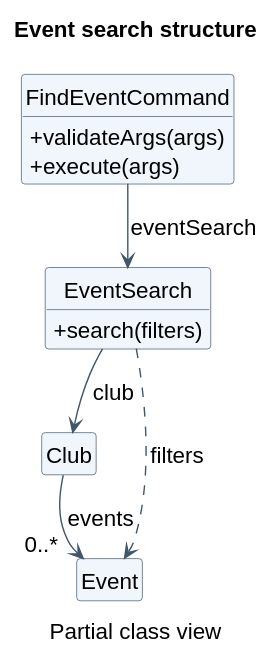
Earlier version of the PlantUML export docs/diagrams/events/EventSearchClass.svg (77chenchen/tp).
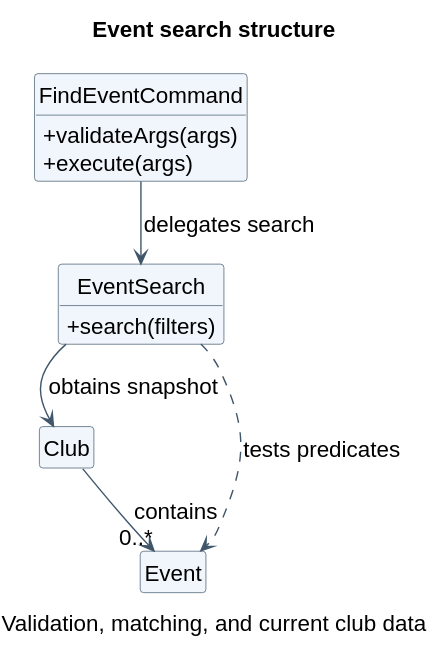
The same diagram one commit later.

The edit, as a diff of the source:
```diff
@@ -2,7 +2,7 @@
 !include ../shared/UmlStyle.iuml
 !pragma layout smetana
 title Event search structure
-caption Partial class view
+caption Validation, matching, and current club data
 skinparam shadowing false
 skinparam classBackgroundColor #F1F6FC
 skinparam classBorderColor #40566B
@@ -21,8 +21,8 @@
 class Club
 class Event
 
-FindEventCommand --> EventSearch : eventSearch
-EventSearch --> Club : club
-Club --> "0..*    " Event : events
-EventSearch ..> Event : filters
+FindEventCommand --> EventSearch : delegates search >
+EventSearch --> Club : obtains snapshot >
+Club --> "0..*" Event : contains >
+EventSearch ..> Event : tests predicates >
 @enduml
```
